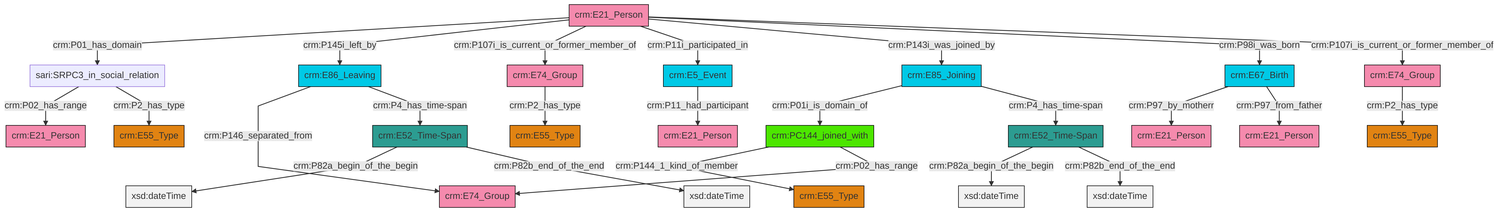
The Mermaid diagram et/personCSV/ttl/mmd/png/Person_Actor_Relations.png in swiss-art-research-net/docs.swissartresearch, before a commit. Its source is kept beside it as et/personCSV/ttl/mmd/Person_Actor_Relations.ttl.mmd.
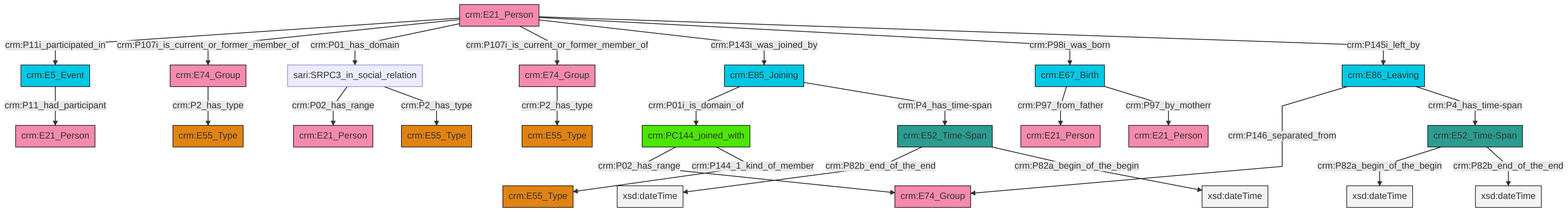
Above is the later version.

What changed in the source:
```diff
@@ -13,27 +13,27 @@
 classDef PC_Classes fill:#4ce600, stroke:#000000;
 classDef Multi fill:#cccccc,stroke:#000000;
 
-0["crm:E67_Birth"]:::Temporal_Entity -->|crm:P97_by_motherr| 8["crm:E21_Person"]:::Actor
-15["crm:E5_Event"]:::Temporal_Entity -->|crm:P11_had_participant| 16["crm:E21_Person"]:::Actor
-2["crm:E74_Group"]:::Actor -->|crm:P2_has_type| 21["crm:E55_Type"]:::Type
-22["crm:E52_Time-Span"]:::Time-Span -->|crm:P82a_begin_of_the_begin| 23[xsd:dateTime]:::Literal
-24["crm:E52_Time-Span"]:::Time-Span -->|crm:P82a_begin_of_the_begin| 25[xsd:dateTime]:::Literal
-0["crm:E67_Birth"]:::Temporal_Entity -->|crm:P97_from_father| 4["crm:E21_Person"]:::Actor
-6["crm:E21_Person"]:::Actor -->|crm:P01_has_domain| 26["sari:SRPC3_in_social_relation"]:::Default
-6["crm:E21_Person"]:::Actor -->|crm:P145i_left_by| 31["crm:E86_Leaving"]:::Temporal_Entity
-31["crm:E86_Leaving"]:::Temporal_Entity -->|crm:P146_separated_from| 32["crm:E74_Group"]:::Actor
-35["crm:E74_Group"]:::Actor -->|crm:P2_has_type| 17["crm:E55_Type"]:::Type
-29["crm:PC144_joined_with"]:::PC_Classes -->|crm:P144_1_kind_of_member| 11["crm:E55_Type"]:::Type
-6["crm:E21_Person"]:::Actor -->|crm:P107i_is_current_or_former_member_of| 35["crm:E74_Group"]:::Actor
-6["crm:E21_Person"]:::Actor -->|crm:P11i_participated_in| 15["crm:E5_Event"]:::Temporal_Entity
-26["sari:SRPC3_in_social_relation"]:::Default -->|crm:P02_has_range| 19["crm:E21_Person"]:::Actor
-26["sari:SRPC3_in_social_relation"]:::Default -->|crm:P2_has_type| 9["crm:E55_Type"]:::Type
-6["crm:E21_Person"]:::Actor -->|crm:P143i_was_joined_by| 13["crm:E85_Joining"]:::Temporal_Entity
-13["crm:E85_Joining"]:::Temporal_Entity -->|crm:P01i_is_domain_of| 29["crm:PC144_joined_with"]:::PC_Classes
-29["crm:PC144_joined_with"]:::PC_Classes -->|crm:P02_has_range| 32["crm:E74_Group"]:::Actor
-31["crm:E86_Leaving"]:::Temporal_Entity -->|crm:P4_has_time-span| 24["crm:E52_Time-Span"]:::Time-Span
-22["crm:E52_Time-Span"]:::Time-Span -->|crm:P82b_end_of_the_end| 41[xsd:dateTime]:::Literal
-24["crm:E52_Time-Span"]:::Time-Span -->|crm:P82b_end_of_the_end| 43[xsd:dateTime]:::Literal
-6["crm:E21_Person"]:::Actor -->|crm:P98i_was_born| 0["crm:E67_Birth"]:::Temporal_Entity
-13["crm:E85_Joining"]:::Temporal_Entity -->|crm:P4_has_time-span| 22["crm:E52_Time-Span"]:::Time-Span
-6["crm:E21_Person"]:::Actor -->|crm:P107i_is_current_or_former_member_of| 2["crm:E74_Group"]:::Actor
+0["crm:E52_Time-Span"]:::Time-Span -->|crm:P82b_end_of_the_end| 1[xsd:dateTime]:::Literal
+2["crm:E85_Joining"]:::Temporal_Entity -->|crm:P01i_is_domain_of| 3["crm:PC144_joined_with"]:::PC_Classes
+6["crm:E21_Person"]:::Actor -->|crm:P11i_participated_in| 7["crm:E5_Event"]:::Temporal_Entity
+3["crm:PC144_joined_with"]:::PC_Classes -->|crm:P02_has_range| 8["crm:E74_Group"]:::Actor
+9["crm:E67_Birth"]:::Temporal_Entity -->|crm:P97_from_father| 10["crm:E21_Person"]:::Actor
+12["crm:E52_Time-Span"]:::Time-Span -->|crm:P82a_begin_of_the_begin| 13[xsd:dateTime]:::Literal
+0["crm:E52_Time-Span"]:::Time-Span -->|crm:P82a_begin_of_the_begin| 16[xsd:dateTime]:::Literal
+6["crm:E21_Person"]:::Actor -->|crm:P107i_is_current_or_former_member_of| 4["crm:E74_Group"]:::Actor
+12["crm:E52_Time-Span"]:::Time-Span -->|crm:P82b_end_of_the_end| 20[xsd:dateTime]:::Literal
+7["crm:E5_Event"]:::Temporal_Entity -->|crm:P11_had_participant| 21["crm:E21_Person"]:::Actor
+14["sari:SRPC3_in_social_relation"]:::Default -->|crm:P02_has_range| 25["crm:E21_Person"]:::Actor
+2["crm:E85_Joining"]:::Temporal_Entity -->|crm:P4_has_time-span| 0["crm:E52_Time-Span"]:::Time-Span
+4["crm:E74_Group"]:::Actor -->|crm:P2_has_type| 28["crm:E55_Type"]:::Type
+3["crm:PC144_joined_with"]:::PC_Classes -->|crm:P144_1_kind_of_member| 18["crm:E55_Type"]:::Type
+9["crm:E67_Birth"]:::Temporal_Entity -->|crm:P97_by_motherr| 23["crm:E21_Person"]:::Actor
+6["crm:E21_Person"]:::Actor -->|crm:P01_has_domain| 14["sari:SRPC3_in_social_relation"]:::Default
+6["crm:E21_Person"]:::Actor -->|crm:P107i_is_current_or_former_member_of| 31["crm:E74_Group"]:::Actor
+14["sari:SRPC3_in_social_relation"]:::Default -->|crm:P2_has_type| 33["crm:E55_Type"]:::Type
+34["crm:E86_Leaving"]:::Temporal_Entity -->|crm:P146_separated_from| 8["crm:E74_Group"]:::Actor
+34["crm:E86_Leaving"]:::Temporal_Entity -->|crm:P4_has_time-span| 12["crm:E52_Time-Span"]:::Time-Span
+31["crm:E74_Group"]:::Actor -->|crm:P2_has_type| 26["crm:E55_Type"]:::Type
+6["crm:E21_Person"]:::Actor -->|crm:P143i_was_joined_by| 2["crm:E85_Joining"]:::Temporal_Entity
+6["crm:E21_Person"]:::Actor -->|crm:P98i_was_born| 9["crm:E67_Birth"]:::Temporal_Entity
+6["crm:E21_Person"]:::Actor -->|crm:P145i_left_by| 34["crm:E86_Leaving"]:::Temporal_Entity
```
